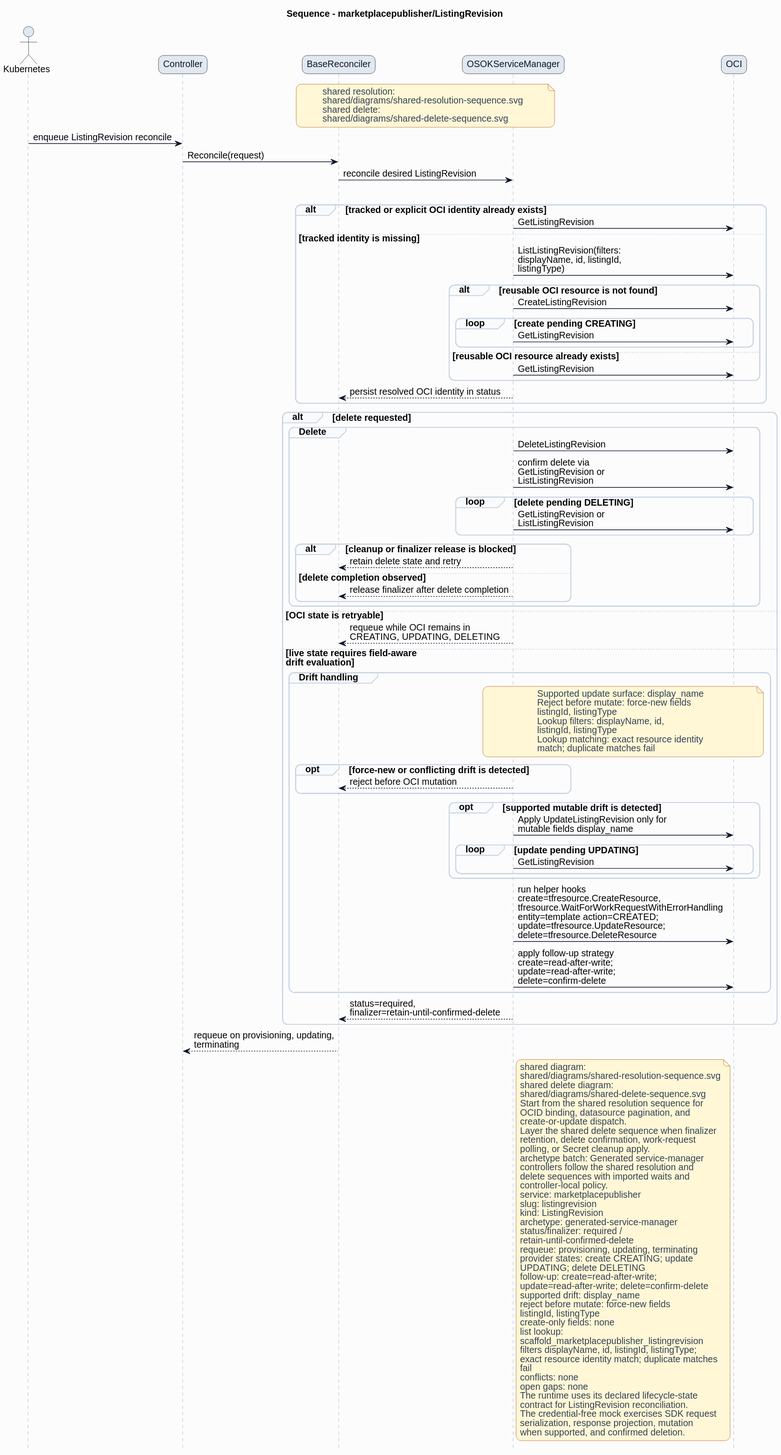
The PlantUML diagram formal/controllers/marketplacepublisher/listingrevision/diagrams/sequence.svg in HaoyL666/oci-service-operator, before a commit.
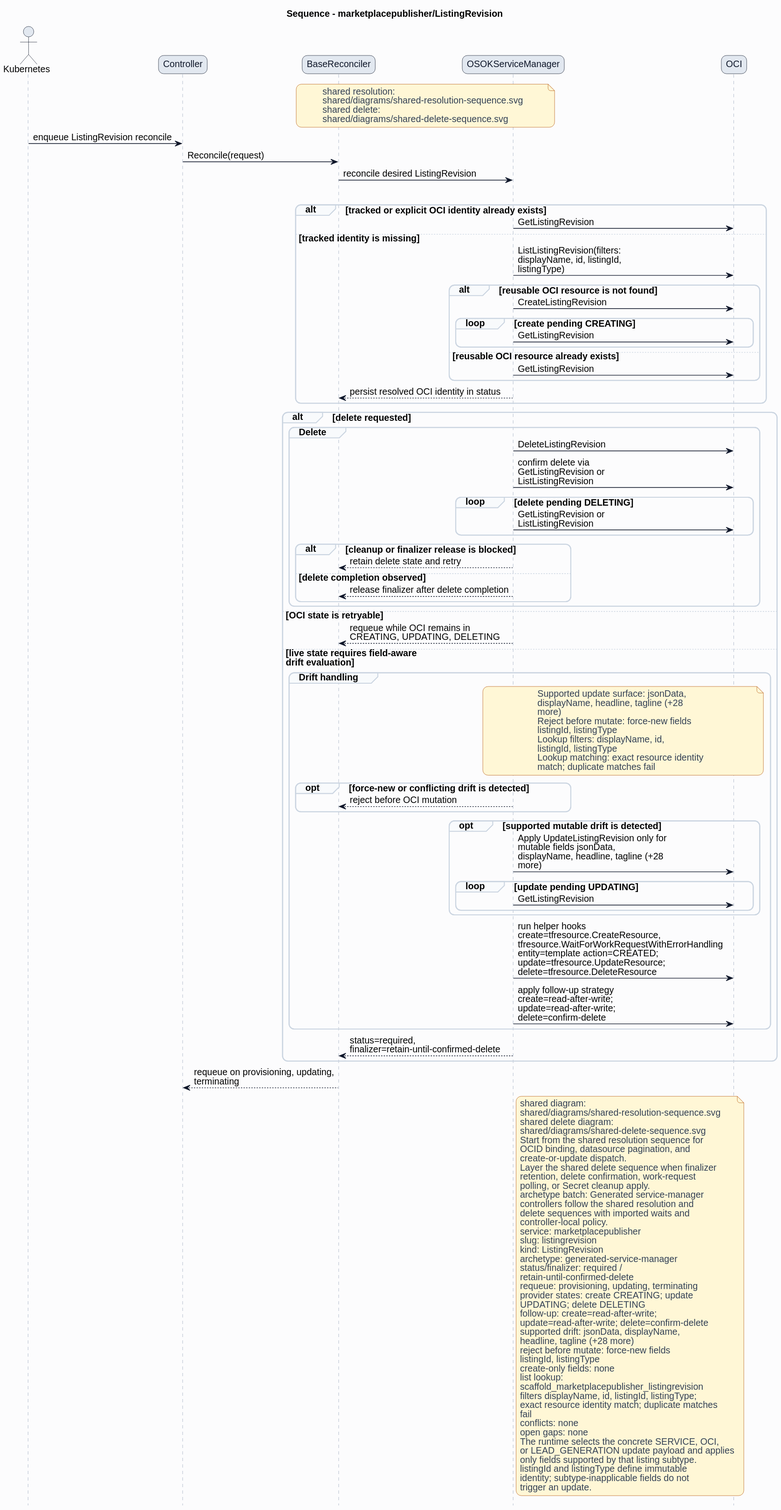
The same file after the commit.

The edit, as a diff of the source:
```diff
@@ -67,7 +67,9 @@
 else live state requires field-aware\ndrift evaluation
 group Drift handling
 note over ServiceManager,OCI
-Supported update surface: display_name
+Supported update surface: jsonData,
+displayName, headline, tagline (+28
+more)
 Reject before mutate: force-new fields
 listingId, listingType
 Lookup filters: displayName, id,
@@ -79,7 +81,7 @@
 ServiceManager --> BaseReconciler: reject before OCI mutation
 end
 opt supported mutable drift is detected
-ServiceManager -> OCI: Apply UpdateListingRevision only for\nmutable fields display_name
+ServiceManager -> OCI: Apply UpdateListingRevision only for\nmutable fields jsonData,\ndisplayName, headline, tagline (+28\nmore)
 loop update pending UPDATING
 ServiceManager -> OCI: GetListingRevision
 end
@@ -116,7 +118,8 @@
 UPDATING; delete DELETING
 follow-up: create=read-after-write;
 update=read-after-write; delete=confirm-delete
-supported drift: display_name
+supported drift: jsonData, displayName,
+headline, tagline (+28 more)
 reject before mutate: force-new fields
 listingId, listingType
 create-only fields: none
@@ -127,10 +130,11 @@
 fail
 conflicts: none
 open gaps: none
-The runtime uses its declared lifecycle-state
-contract for ListingRevision reconciliation.
-The credential-free mock exercises SDK request
-serialization, response projection, mutation
-when supported, and confirmed deletion.
+The runtime selects the concrete SERVICE, OCI,
+or LEAD_GENERATION update payload and applies
+only fields supported by that listing subtype.
+listingId and listingType define immutable
+identity; subtype-inapplicable fields do not
+trigger an update.
 end note
 @enduml
```
